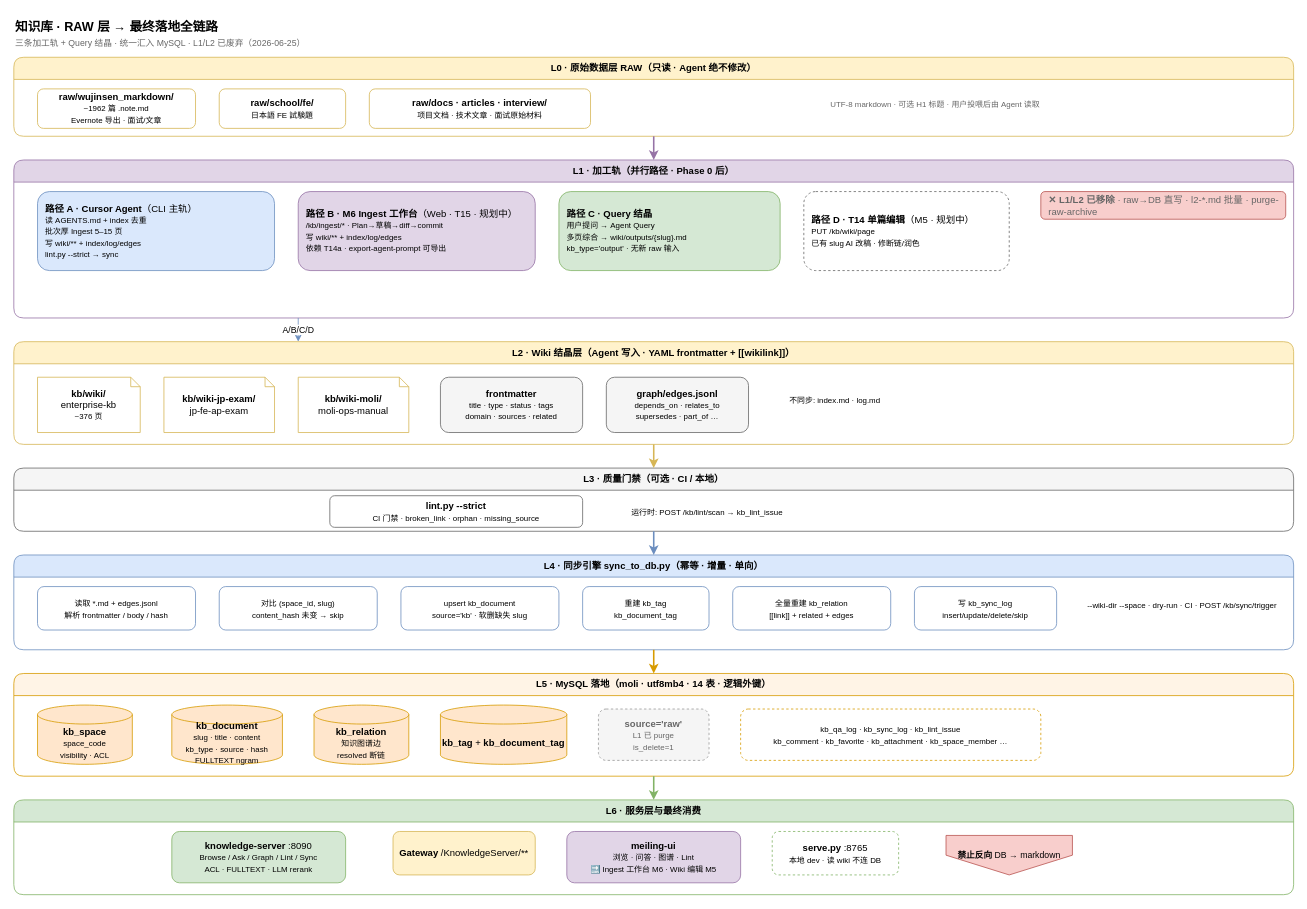
Before: docs/diagrams/moli-kb-raw-pipeline.drawio in wujinsen/moli-project-distribute, a draw.io diagram. Source tidied: cells renumbered, new cells numbered last; positions are measured from the earlier drawing's top-left corner, leaving out a move shared by most shapes. Both pictures are drawn from the tidied source at 79%, with x=0, y=0 at pixel (13, 13).
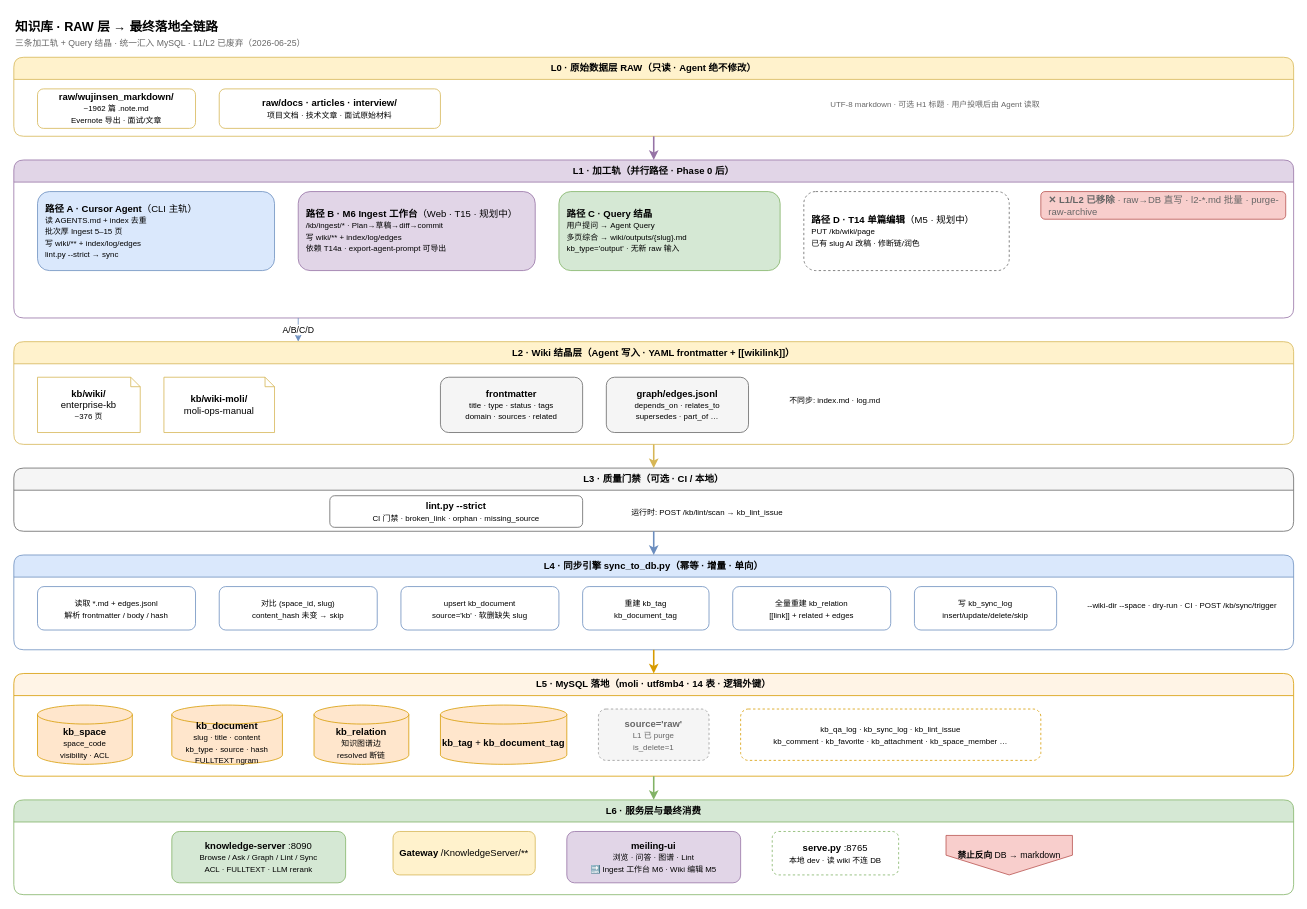
Above is the later version.

The change refers to these unchanged cells:
```xml
<mxCell id="3" value="L0 · 原始数据层 RAW（只读 · Agent 绝不修改）" style="swimlane;whiteSpace=wrap;html=1;fillColor=#fff2cc;strokeColor=#d6b656;startSize=28;fontStyle=1;rounded=1;" parent="1" vertex="1">
  <mxGeometry y="55" width="1620" height="100" as="geometry" />
</mxCell>
<mxCell id="14" value="L2 · Wiki 结晶层（Agent 写入 · YAML frontmatter + [[wikilink]]）" style="swimlane;whiteSpace=wrap;html=1;fillColor=#fff2cc;strokeColor=#d6b656;startSize=28;fontStyle=1;rounded=1;" parent="1" vertex="1">
  <mxGeometry y="415" width="1620" height="130" as="geometry" />
</mxCell>
```

Change to the diagram source:
```diff
@@
-    <mxCell id="5" value="&lt;b&gt;raw/school/fe/&lt;/b&gt;&lt;br&gt;&lt;font style=&quot;font-size:10px;&quot;&gt;日本語 FE 試験題&lt;/font&gt;" style="rounded=1;whiteSpace=wrap;html=1;fillColor=#ffffff;strokeColor=#d6b656;" parent="3" vertex="1">
-      <mxGeometry x="260" y="40" width="160" height="50" as="geometry" />
-    </mxCell>
     <mxCell id="6" value="&lt;b&gt;raw/docs · articles · interview/&lt;/b&gt;&lt;br&gt;&lt;font style=&quot;font-size:10px;&quot;&gt;项目文档 · 技术文章 · 面试原始材料&lt;/font&gt;" style="rounded=1;whiteSpace=wrap;html=1;fillColor=#ffffff;strokeColor=#d6b656;" parent="3" vertex="1">
-      <mxGeometry x="450" y="40" width="280" height="50" as="geometry" />
+      <mxGeometry x="260" y="40" width="280" height="50" as="geometry" />
     </mxCell>
@@
-    <mxCell id="16" value="&lt;b&gt;kb/wiki-jp-exam/&lt;/b&gt;&lt;br&gt;jp-fe-ap-exam" style="shape=note;whiteSpace=wrap;html=1;backgroundOutline=1;fillColor=#ffffff;strokeColor=#d6b656;size=12;" parent="14" vertex="1">
-      <mxGeometry x="190" y="45" width="140" height="70" as="geometry" />
-    </mxCell>
     <mxCell id="17" value="&lt;b&gt;kb/wiki-moli/&lt;/b&gt;&lt;br&gt;moli-ops-manual" style="shape=note;whiteSpace=wrap;html=1;backgroundOutline=1;fillColor=#ffffff;strokeColor=#d6b656;size=12;" parent="14" vertex="1">
-      <mxGeometry x="360" y="45" width="140" height="70" as="geometry" />
+      <mxGeometry x="190" y="45" width="140" height="70" as="geometry" />
     </mxCell>
```
